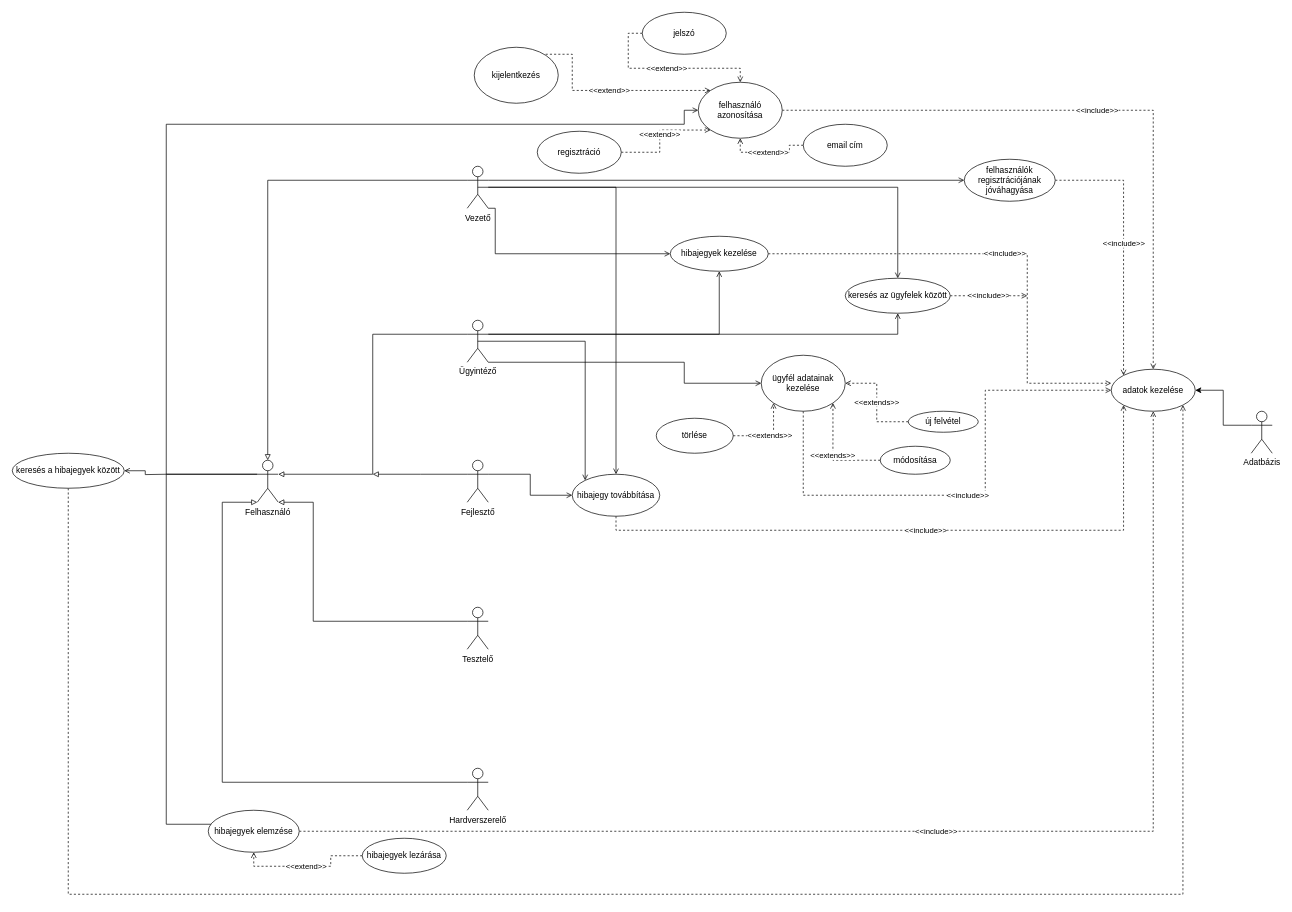
UrbanRoland/CRM keeps this draw.io diagram as Untitled Diagram.drawio. Above is the earlier version. Source tidied: cells renumbered, new cells numbered last; positions are measured from the earlier drawing's top-left corner, leaving out a move shared by most shapes. Both pictures are drawn from the tidied source at 70%, with x=0, y=0 at pixel (12, 12).
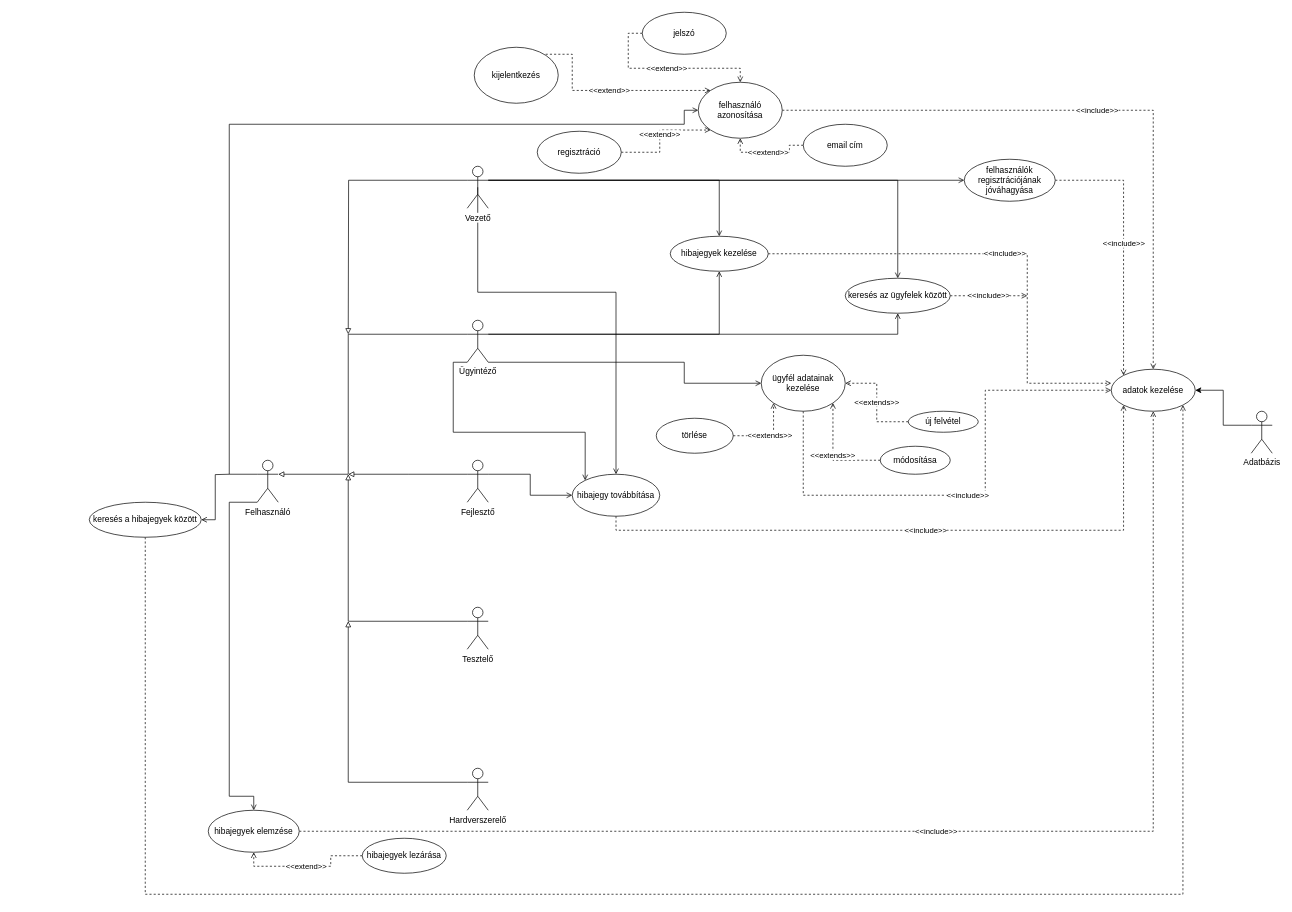
The same page after the edit.

Unchanged cells that the change refers to:
```xml
<mxCell id="6" value="felhasználó azonosítása" style="ellipse;whiteSpace=wrap;html=1;" parent="1" vertex="1">
  <mxGeometry x="980" y="100" width="120" height="80" as="geometry" />
</mxCell>
<mxCell id="13" value="Ügyintéző" style="shape=umlActor;verticalLabelPosition=bottom;labelBackgroundColor=#ffffff;verticalAlign=top;html=1;outlineConnect=0;" parent="1" vertex="1">
  <mxGeometry x="650" y="440" width="30" height="60" as="geometry" />
</mxCell>
<mxCell id="16" value="adatok kezelése" style="ellipse;whiteSpace=wrap;html=1;" parent="1" vertex="1">
  <mxGeometry x="1570" y="510" width="120" height="60" as="geometry" />
</mxCell>
<mxCell id="22" value="Vezető" style="shape=umlActor;verticalLabelPosition=bottom;labelBackgroundColor=#ffffff;verticalAlign=top;html=1;outlineConnect=0;" parent="1" vertex="1">
  <mxGeometry x="650" y="220" width="30" height="60" as="geometry" />
</mxCell>
<mxCell id="25" value="Fejlesztő" style="shape=umlActor;verticalLabelPosition=bottom;labelBackgroundColor=#ffffff;verticalAlign=top;html=1;outlineConnect=0;" parent="1" vertex="1">
  <mxGeometry x="650" y="640" width="30" height="60" as="geometry" />
</mxCell>
<mxCell id="27" value="Tesztelő" style="shape=umlActor;verticalLabelPosition=bottom;labelBackgroundColor=#ffffff;verticalAlign=top;html=1;outlineConnect=0;" parent="1" vertex="1">
  <mxGeometry x="650" y="850" width="30" height="60" as="geometry" />
</mxCell>
<mxCell id="29" value="Hardverszerelő" style="shape=umlActor;verticalLabelPosition=bottom;labelBackgroundColor=#ffffff;verticalAlign=top;html=1;outlineConnect=0;" parent="1" vertex="1">
  <mxGeometry x="650" y="1080" width="30" height="60" as="geometry" />
</mxCell>
<mxCell id="33" value="Felhasználó" style="shape=umlActor;verticalLabelPosition=bottom;labelBackgroundColor=#ffffff;verticalAlign=top;html=1;outlineConnect=0;" parent="1" vertex="1">
  <mxGeometry x="350" y="640" width="30" height="60" as="geometry" />
</mxCell>
<mxCell id="49" value="hibajegyek elemzése" style="ellipse;whiteSpace=wrap;html=1;" parent="1" vertex="1">
  <mxGeometry x="280" y="1140" width="130" height="60" as="geometry" />
</mxCell>
<mxCell id="53" value="hibajegyek kezelése" style="ellipse;whiteSpace=wrap;html=1;" parent="1" vertex="1">
  <mxGeometry x="940" y="320" width="140" height="50" as="geometry" />
</mxCell>
<mxCell id="55" value="hibajegy továbbítása" style="ellipse;whiteSpace=wrap;html=1;" parent="1" vertex="1">
  <mxGeometry x="800" y="660" width="125" height="60" as="geometry" />
</mxCell>
<mxCell id="57" value="keresés az ügyfelek között" style="ellipse;whiteSpace=wrap;html=1;" parent="1" vertex="1">
  <mxGeometry x="1190" y="380" width="150" height="50" as="geometry" />
</mxCell>
```

Diff of the diagram source:
```diff
@@
     <mxCell id="8" style="edgeStyle=orthogonalEdgeStyle;rounded=0;jettySize=auto;html=1;endArrow=block;endFill=0;exitX=0;exitY=0.3333333333333333;exitDx=0;exitDy=0;exitPerimeter=0;entryX=1;entryY=0.3333333333333333;entryDx=0;entryDy=0;entryPerimeter=0;" parent="1" edge="1" source="13" target="33">
-      <mxGeometry relative="1" as="geometry" />
+      <mxGeometry relative="1" as="geometry">
+        <Array as="points">
+          <mxPoint x="480" y="460" />
+          <mxPoint x="480" y="660" />
+        </Array>
+      </mxGeometry>
     </mxCell>
@@
-    <mxCell id="11" style="edgeStyle=orthogonalEdgeStyle;rounded=0;jettySize=auto;html=1;endArrow=open;endFill=0;entryX=0;entryY=0;entryDx=0;entryDy=0;exitX=0.5;exitY=0.5;exitDx=0;exitDy=0;exitPerimeter=0;" parent="1" edge="1" source="13" target="55">
-      <mxGeometry relative="1" as="geometry" />
+    <mxCell id="11" style="edgeStyle=orthogonalEdgeStyle;rounded=0;jettySize=auto;html=1;endArrow=open;endFill=0;entryX=0;entryY=0;entryDx=0;entryDy=0;exitX=0;exitY=1;exitDx=0;exitDy=0;exitPerimeter=0;" parent="1" edge="1" source="13" target="55">
+      <mxGeometry relative="1" as="geometry">
+        <Array as="points">
+          <mxPoint x="630" y="500" />
+          <mxPoint x="630" y="600" />
+          <mxPoint x="819" y="600" />
+        </Array>
+      </mxGeometry>
     </mxCell>
@@
-    <mxCell id="17" style="edgeStyle=orthogonalEdgeStyle;rounded=0;jettySize=auto;html=1;exitX=0;exitY=0.3333333333333333;exitDx=0;exitDy=0;exitPerimeter=0;entryX=0.5;entryY=0;entryDx=0;entryDy=0;entryPerimeter=0;endArrow=block;endFill=0;" parent="1" edge="1" source="22" target="33">
-      <mxGeometry relative="1" as="geometry" />
+    <mxCell id="17" style="edgeStyle=orthogonalEdgeStyle;rounded=0;jettySize=auto;html=1;exitX=0;exitY=0.3333333333333333;exitDx=0;exitDy=0;exitPerimeter=0;endArrow=block;endFill=0;" parent="1" edge="1" source="22">
+      <mxGeometry relative="1" as="geometry">
+        <mxPoint x="480" y="460" as="targetPoint" />
+      </mxGeometry>
     </mxCell>
@@
-    <mxCell id="19" style="edgeStyle=orthogonalEdgeStyle;rounded=0;jettySize=auto;html=1;endArrow=open;endFill=0;entryX=0;entryY=0.5;entryDx=0;entryDy=0;exitX=1;exitY=1;exitDx=0;exitDy=0;exitPerimeter=0;" parent="1" edge="1" source="22" target="53">
+    <mxCell id="19" style="edgeStyle=orthogonalEdgeStyle;rounded=0;jettySize=auto;html=1;endArrow=open;endFill=0;entryX=0.5;entryY=0;entryDx=0;entryDy=0;exitX=1;exitY=0.3333333333333333;exitDx=0;exitDy=0;exitPerimeter=0;" parent="1" edge="1" source="22" target="53">
       <mxGeometry relative="1" as="geometry">
         <Array as="points">
-          <mxPoint x="690" y="280" />
-          <mxPoint x="690" y="345" />
+          <mxPoint x="1010" y="240" />
         </Array>
       </mxGeometry>
     </mxCell>
     <mxCell id="20" style="edgeStyle=orthogonalEdgeStyle;rounded=0;jettySize=auto;html=1;endArrow=open;endFill=0;entryX=0.5;entryY=0;entryDx=0;entryDy=0;exitX=0.5;exitY=0.5;exitDx=0;exitDy=0;exitPerimeter=0;" parent="1" edge="1" source="22" target="55">
-      <mxGeometry relative="1" as="geometry" />
+      <mxGeometry relative="1" as="geometry">
+        <Array as="points">
+          <mxPoint x="665" y="400" />
+          <mxPoint x="863" y="400" />
+        </Array>
+      </mxGeometry>
     </mxCell>
     <mxCell id="21" style="edgeStyle=orthogonalEdgeStyle;rounded=0;jettySize=auto;html=1;endArrow=open;endFill=0;entryX=0.5;entryY=0;entryDx=0;entryDy=0;" parent="1" edge="1" source="22" target="57">
-      <mxGeometry relative="1" as="geometry" />
+      <mxGeometry relative="1" as="geometry">
+        <Array as="points">
+          <mxPoint x="1265" y="240" />
+        </Array>
+      </mxGeometry>
     </mxCell>
@@
     <mxCell id="23" style="edgeStyle=orthogonalEdgeStyle;rounded=0;jettySize=auto;html=1;endArrow=block;endFill=0;exitX=0;exitY=0.3333333333333333;exitDx=0;exitDy=0;exitPerimeter=0;" parent="1" edge="1" source="25">
       <mxGeometry relative="1" as="geometry">
-        <mxPoint x="515" y="660" as="targetPoint" />
+        <mxPoint x="480" y="660" as="targetPoint" />
       </mxGeometry>
     </mxCell>
@@
-    <mxCell id="26" style="edgeStyle=orthogonalEdgeStyle;rounded=0;jettySize=auto;html=1;endArrow=block;endFill=0;exitX=0;exitY=0.3333333333333333;exitDx=0;exitDy=0;exitPerimeter=0;entryX=1;entryY=1;entryDx=0;entryDy=0;entryPerimeter=0;" parent="1" edge="1" source="27" target="33">
+    <mxCell id="26" style="edgeStyle=orthogonalEdgeStyle;rounded=0;jettySize=auto;html=1;endArrow=block;endFill=0;exitX=0;exitY=0.3333333333333333;exitDx=0;exitDy=0;exitPerimeter=0;" parent="1" edge="1" source="27">
       <mxGeometry relative="1" as="geometry">
+        <mxPoint x="480" y="660" as="targetPoint" />
         <Array as="points">
-          <mxPoint x="430" y="870" />
-          <mxPoint x="430" y="700" />
+          <mxPoint x="480" y="870" />
         </Array>
       </mxGeometry>
     </mxCell>
@@
-    <mxCell id="28" style="edgeStyle=orthogonalEdgeStyle;rounded=0;jettySize=auto;html=1;endArrow=block;endFill=0;entryX=0;entryY=1;entryDx=0;entryDy=0;entryPerimeter=0;exitX=0;exitY=0.3333333333333333;exitDx=0;exitDy=0;exitPerimeter=0;" parent="1" edge="1" source="29" target="33">
+    <mxCell id="28" style="edgeStyle=orthogonalEdgeStyle;rounded=0;jettySize=auto;html=1;endArrow=block;endFill=0;exitX=0;exitY=0.3333333333333333;exitDx=0;exitDy=0;exitPerimeter=0;" parent="1" edge="1" source="29">
       <mxGeometry relative="1" as="geometry">
+        <mxPoint x="480" y="870" as="targetPoint" />
         <Array as="points">
-          <mxPoint x="300" y="1100" />
-          <mxPoint x="300" y="700" />
+          <mxPoint x="480" y="1100" />
         </Array>
       </mxGeometry>
     </mxCell>
@@
     <mxCell id="30" style="edgeStyle=orthogonalEdgeStyle;rounded=0;jettySize=auto;html=1;endArrow=open;endFill=0;exitX=0;exitY=0.3333333333333333;exitDx=0;exitDy=0;exitPerimeter=0;entryX=0;entryY=0.5;entryDx=0;entryDy=0;" parent="1" edge="1" source="33" target="6">
       <mxGeometry relative="1" as="geometry">
         <Array as="points">
-          <mxPoint x="220" y="660" />
-          <mxPoint x="220" y="160" />
+          <mxPoint x="310" y="660" />
+          <mxPoint x="310" y="160" />
           <mxPoint x="960" y="160" />
+          <mxPoint x="960" y="140" />
         </Array>
       </mxGeometry>
     </mxCell>
-    <mxCell id="31" style="edgeStyle=orthogonalEdgeStyle;rounded=0;jettySize=auto;html=1;endArrow=open;endFill=0;entryX=0.5;entryY=0;entryDx=0;entryDy=0;exitX=0;exitY=0.3333333333333333;exitDx=0;exitDy=0;exitPerimeter=0;" parent="1" edge="1" source="33" target="49">
+    <mxCell id="31" style="edgeStyle=orthogonalEdgeStyle;rounded=0;jettySize=auto;html=1;endArrow=open;endFill=0;entryX=0.5;entryY=0;entryDx=0;entryDy=0;exitX=0;exitY=1;exitDx=0;exitDy=0;exitPerimeter=0;" parent="1" edge="1" source="33" target="49">
       <mxGeometry relative="1" as="geometry">
         <Array as="points">
-          <mxPoint x="220" y="660" />
-          <mxPoint x="220" y="1160" />
+          <mxPoint x="310" y="700" />
+          <mxPoint x="310" y="1120" />
+          <mxPoint x="345" y="1120" />
         </Array>
       </mxGeometry>
     </mxCell>
     <mxCell id="32" style="edgeStyle=orthogonalEdgeStyle;rounded=0;jettySize=auto;html=1;entryX=1;entryY=0.5;entryDx=0;entryDy=0;endArrow=open;endFill=0;" parent="1" edge="1" target="59">
       <mxGeometry relative="1" as="geometry">
-        <mxPoint x="220" y="660" as="sourcePoint" />
+        <mxPoint x="310" y="660" as="sourcePoint" />
       </mxGeometry>
     </mxCell>
@@
-    <mxCell id="58" style="edgeStyle=orthogonalEdgeStyle;rounded=0;jettySize=auto;html=1;endArrow=open;endFill=0;entryX=1;entryY=1;entryDx=0;entryDy=0;dashed=1;" parent="1" edge="1" source="59" target="16">
+    <mxCell id="58" style="edgeStyle=orthogonalEdgeStyle;rounded=0;jettySize=auto;html=1;endArrow=open;endFill=0;entryX=1;entryY=1;entryDx=0;entryDy=0;dashed=1;exitX=0.5;exitY=1;exitDx=0;exitDy=0;" parent="1" edge="1" source="59" target="16">
       <mxGeometry relative="1" as="geometry">
         <Array as="points">
-          <mxPoint x="80" y="1260" />
+          <mxPoint x="190" y="1260" />
           <mxPoint x="1672" y="1260" />
         </Array>
       </mxGeometry>
     </mxCell>
     <mxCell id="59" value="keresés a hibajegyek között" style="ellipse;whiteSpace=wrap;html=1;" parent="1" vertex="1">
-      <mxGeometry y="630" width="160" height="50" as="geometry" />
+      <mxGeometry x="110" y="700" width="160" height="50" as="geometry" />
     </mxCell>
```
